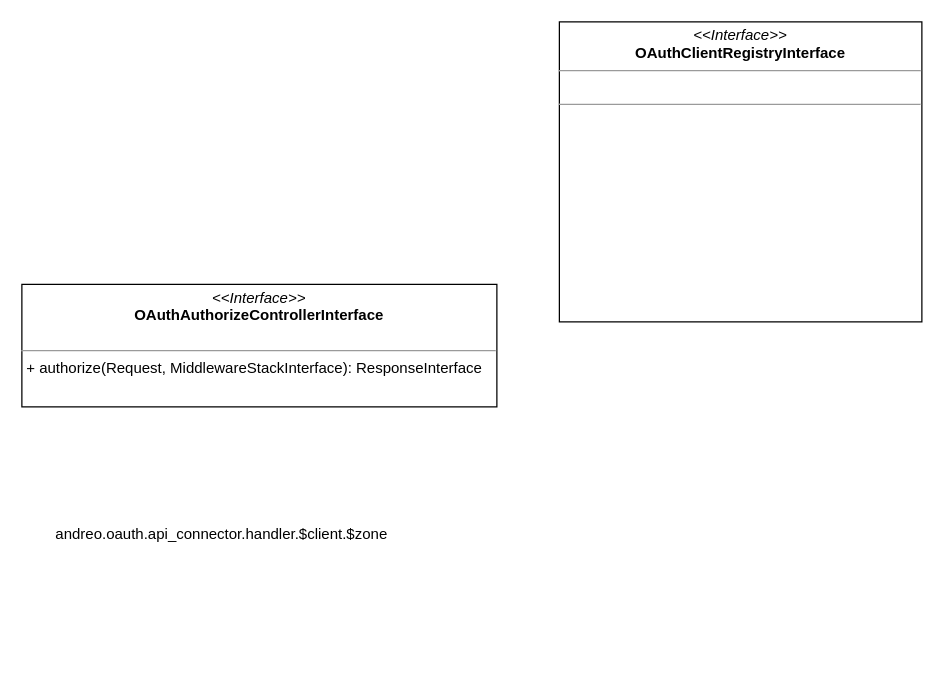
andrzej-pakula/oauth-api-connector-bundle keeps this draw.io diagram as page "Page-3" (2 of 3) of oauth.drawio. Above is the earlier version. Source tidied: cells renumbered, new cells numbered last; positions are measured from the earlier drawing's top-left corner, leaving out a move shared by most shapes. Both pictures are drawn from the tidied source at 125%, with x=0, y=0 at pixel (21, 21).
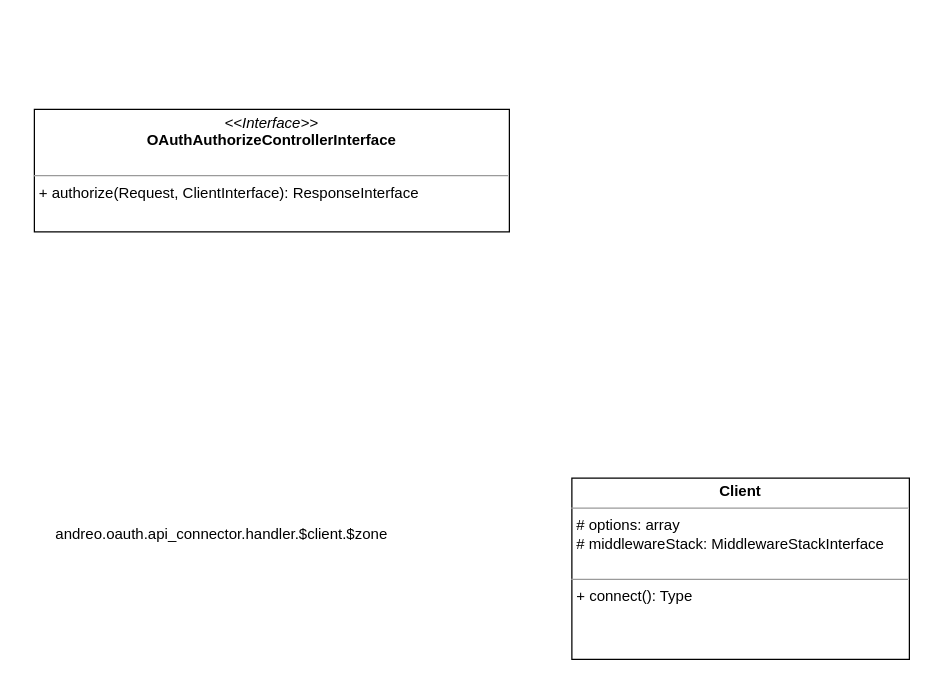
The same page after the edit.

What changed in the source:
```diff
@@
 <mxGraphModel>
   <root>
     <mxCell id="0" />
     <mxCell id="1" parent="0" />
-    <mxCell id="2" value="&lt;p style=&quot;margin: 0px ; margin-top: 4px ; text-align: center&quot;&gt;&lt;i&gt;&amp;lt;&amp;lt;Interface&amp;gt;&amp;gt;&lt;/i&gt;&lt;br&gt;&lt;b&gt;OAuthAuthorizeControllerInterface&lt;/b&gt;&lt;br&gt;&lt;/p&gt;&lt;p style=&quot;margin: 0px ; margin-left: 4px&quot;&gt;&lt;br&gt;&lt;/p&gt;&lt;hr size=&quot;1&quot;&gt;&lt;p style=&quot;margin: 0px ; margin-left: 4px&quot;&gt;+ authorize(Request, MiddlewareStackInterface): ResponseInterface&lt;br&gt;&lt;br&gt;&lt;/p&gt;" style="verticalAlign=top;align=left;overflow=fill;fontSize=12;fontFamily=Helvetica;html=1;" parent="1" vertex="1">
-      <mxGeometry y="210" width="380" height="98" as="geometry" />
+    <mxCell id="2" value="&lt;p style=&quot;margin: 0px ; margin-top: 4px ; text-align: center&quot;&gt;&lt;i&gt;&amp;lt;&amp;lt;Interface&amp;gt;&amp;gt;&lt;/i&gt;&lt;br&gt;&lt;b&gt;OAuthAuthorizeControllerInterface&lt;/b&gt;&lt;br&gt;&lt;/p&gt;&lt;p style=&quot;margin: 0px ; margin-left: 4px&quot;&gt;&lt;br&gt;&lt;/p&gt;&lt;hr size=&quot;1&quot;&gt;&lt;p style=&quot;margin: 0px ; margin-left: 4px&quot;&gt;+ authorize(Request, ClientInterface): ResponseInterface&lt;br&gt;&lt;br&gt;&lt;/p&gt;" style="verticalAlign=top;align=left;overflow=fill;fontSize=12;fontFamily=Helvetica;html=1;" parent="1" vertex="1">
+      <mxGeometry x="10" y="70" width="380" height="98" as="geometry" />
     </mxCell>
-    <mxCell id="3" value="&lt;p style=&quot;margin: 0px ; margin-top: 4px ; text-align: center&quot;&gt;&lt;i&gt;&amp;lt;&amp;lt;Interface&amp;gt;&amp;gt;&lt;/i&gt;&lt;br&gt;&lt;b&gt;OAuthClientRegistryInterface&lt;/b&gt;&lt;/p&gt;&lt;hr size=&quot;1&quot;&gt;&lt;p style=&quot;margin: 0px ; margin-left: 4px&quot;&gt;&lt;br&gt;&lt;/p&gt;&lt;hr size=&quot;1&quot;&gt;&lt;p style=&quot;margin: 0px ; margin-left: 4px&quot;&gt;&lt;br&gt;&lt;/p&gt;" style="verticalAlign=top;align=left;overflow=fill;fontSize=12;fontFamily=Helvetica;html=1;" parent="1" vertex="1">
-      <mxGeometry x="430" width="290" height="240" as="geometry" />
-    </mxCell>
     <mxCell id="4" value="andreo.oauth.api_connector.handler.$client.$zone" style="text;html=1;strokeColor=none;fillColor=none;align=center;verticalAlign=middle;whiteSpace=wrap;rounded=0;" parent="1" vertex="1">
       <mxGeometry x="80" y="400" width="160" height="20" as="geometry" />
     </mxCell>
+    <mxCell id="5" value="&lt;p style=&quot;margin: 0px ; margin-top: 4px ; text-align: center&quot;&gt;&lt;b&gt;Client&lt;/b&gt;&lt;/p&gt;&lt;hr size=&quot;1&quot;&gt;&lt;p style=&quot;margin: 0px ; margin-left: 4px&quot;&gt;# options: array&lt;/p&gt;&lt;p style=&quot;margin: 0px ; margin-left: 4px&quot;&gt;# middlewareStack: MiddlewareStackInterface&lt;br&gt;&lt;/p&gt;&lt;div&gt;&lt;br&gt;&lt;/div&gt;&lt;hr size=&quot;1&quot;&gt;&lt;p style=&quot;margin: 0px ; margin-left: 4px&quot;&gt;+ connect(): Type&lt;/p&gt;" style="verticalAlign=top;align=left;overflow=fill;fontSize=12;fontFamily=Helvetica;html=1;" parent="1" vertex="1">
+      <mxGeometry x="440" y="365" width="270" height="145" as="geometry" />
+    </mxCell>
   </root>
 </mxGraphModel>
```
